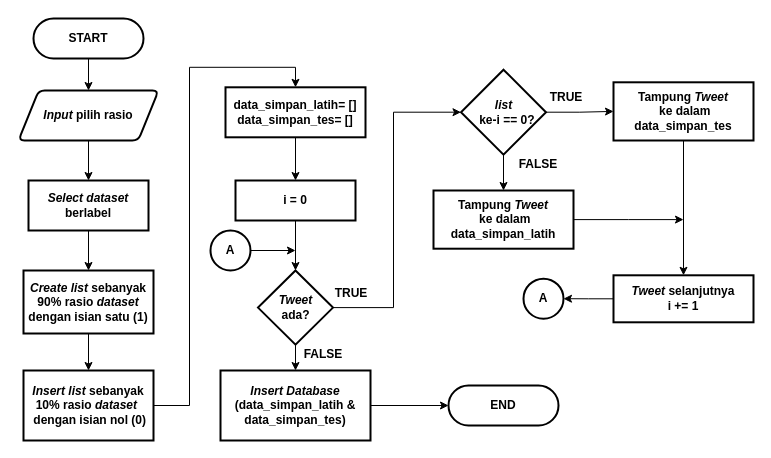
Above: Dokumen TA/Paper/Flowchart/Flowchart proses  pembagian data.drawio in muspriandi/TextMining-SentimentAnalysis (draw.io), before the change. Source tidied: cells renumbered, new cells numbered last; positions are measured from the earlier drawing's top-left corner, leaving out a move shared by most shapes. Both pictures are drawn from the tidied source at 100%, with x=0, y=0 at pixel (18, 18).
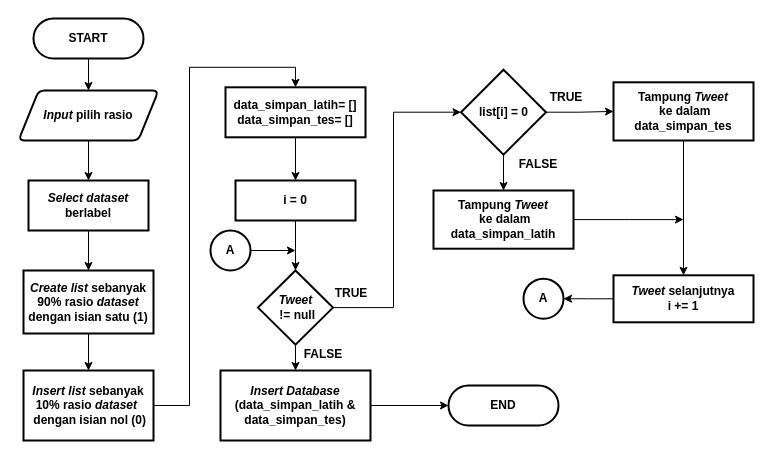
After the change.

Change to the diagram source:
```diff
@@
-    <mxCell id="15" value="&lt;b&gt;&lt;i&gt;Tweet &lt;/i&gt;&lt;br&gt;ada?&lt;/b&gt;" style="rhombus;whiteSpace=wrap;html=1;strokeWidth=2;" parent="1" vertex="1">
+    <mxCell id="15" value="&lt;b&gt;&lt;i&gt;Tweet &lt;/i&gt;&lt;br&gt;&lt;/b&gt;&lt;span style=&quot;font-weight: 700&quot;&gt;&amp;nbsp;!= null&lt;/span&gt;&lt;b&gt;&lt;br&gt;&lt;/b&gt;" style="rhombus;whiteSpace=wrap;html=1;strokeWidth=2;" parent="1" vertex="1">
       <mxGeometry x="239.5" y="252" width="75" height="74.2" as="geometry" />
     </mxCell>
@@
-    <mxCell id="20" value="&lt;b&gt;&lt;i&gt;list&lt;br&gt;&amp;nbsp;&amp;nbsp;&lt;/i&gt;ke-i == 0?&lt;/b&gt;" style="rhombus;whiteSpace=wrap;html=1;strokeWidth=2;" parent="1" vertex="1">
+    <mxCell id="20" value="&lt;b&gt;list[i] = 0&lt;/b&gt;" style="rhombus;whiteSpace=wrap;html=1;strokeWidth=2;" parent="1" vertex="1">
       <mxGeometry x="442.5" y="51.2" width="85" height="85" as="geometry" />
     </mxCell>
```
